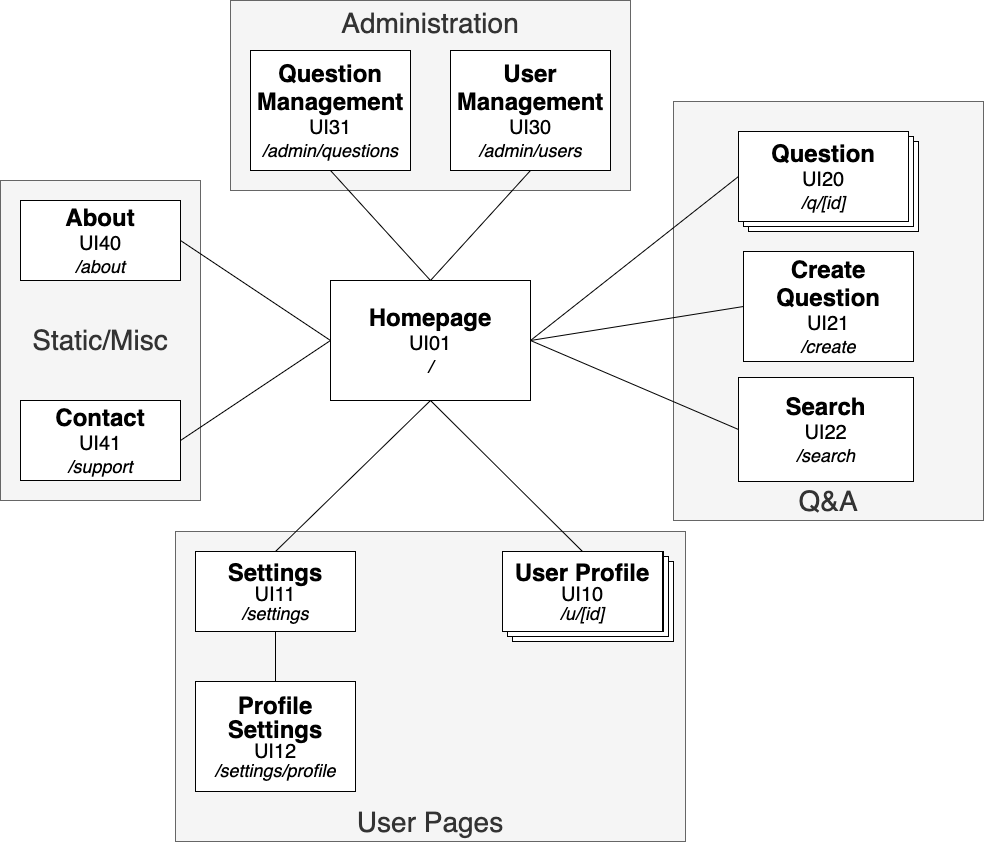
Before: img/sitemap.drawio.png, a diagram exported from draw.io (FabioMiguel2000/iNeedHelp). Source tidied: cells renumbered, new cells last; positions are measured from the earlier drawing's top-left corner, leaving out a move shared by most shapes.
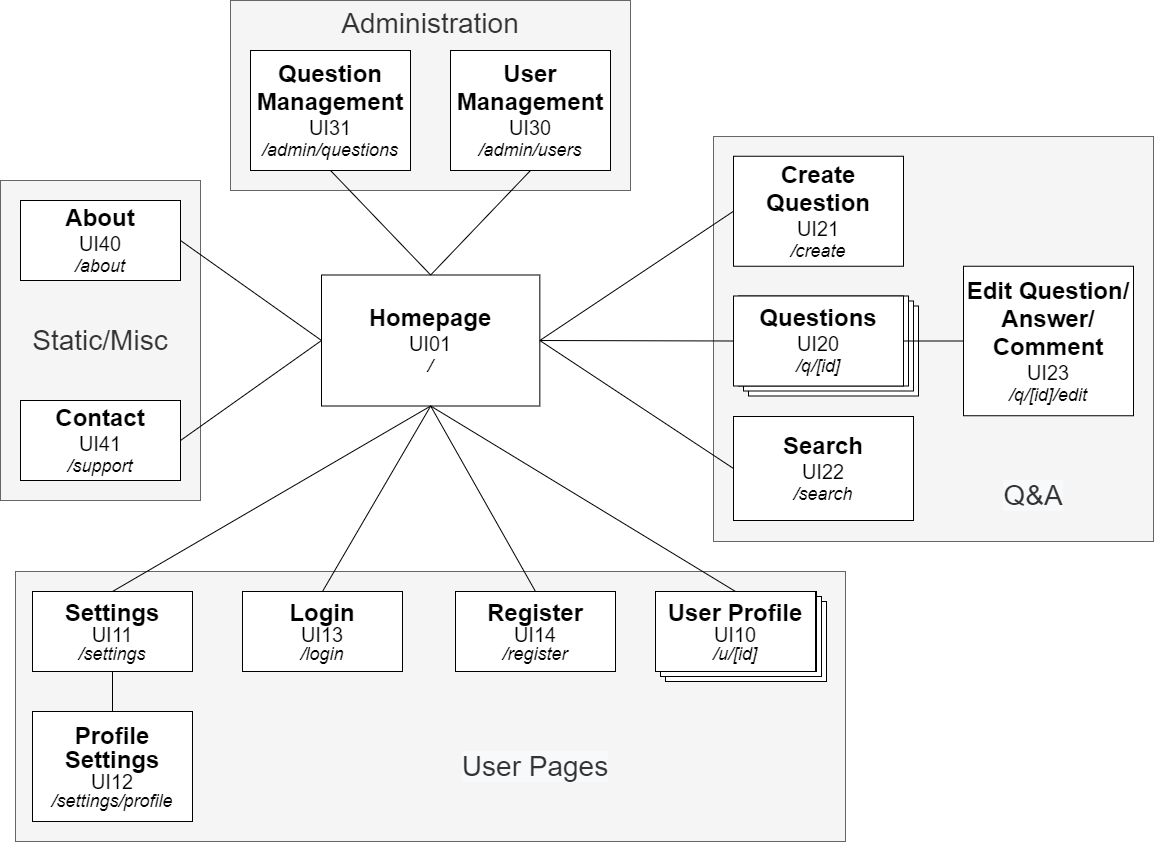
Later version of the same file.

The edit, as a diff of the source:
```diff
@@ -2,17 +2,17 @@
   <root>
     <mxCell id="0" />
     <mxCell id="1" parent="0" />
-    <mxCell id="2" value="&lt;font style=&quot;font-size: 28px&quot;&gt;Q&amp;amp;A&lt;/font&gt;" style="rounded=0;whiteSpace=wrap;html=1;fontColor=#333333;strokeColor=#666666;fillColor=#f5f5f5;verticalAlign=bottom;" parent="1" vertex="1">
-      <mxGeometry x="673" y="101" width="310" height="419" as="geometry" />
+    <mxCell id="2" style="rounded=0;whiteSpace=wrap;html=1;fontColor=#333333;strokeColor=#666666;fillColor=#f5f5f5;verticalAlign=bottom;align=right;" parent="1" vertex="1">
+      <mxGeometry x="713" y="136" width="440" height="405" as="geometry" />
     </mxCell>
-    <mxCell id="3" value="User Pages" style="rounded=0;whiteSpace=wrap;html=1;fontSize=28;fontColor=#333333;strokeColor=#666666;fillColor=#f5f5f5;verticalAlign=bottom;" parent="1" vertex="1">
-      <mxGeometry x="175" y="531" width="510" height="310" as="geometry" />
+    <mxCell id="3" style="rounded=0;whiteSpace=wrap;html=1;fontSize=28;fontColor=#333333;strokeColor=#666666;fillColor=#f5f5f5;verticalAlign=bottom;" parent="1" vertex="1">
+      <mxGeometry x="15" y="571" width="830" height="270" as="geometry" />
     </mxCell>
     <mxCell id="4" style="verticalLabelPosition=bottom;verticalAlign=top;html=1;shape=mxgraph.basic.layered_rect;dx=10;fontSize=16;strokeWidth=1;" parent="1" vertex="1">
-      <mxGeometry x="502" y="551" width="171" height="90" as="geometry" />
+      <mxGeometry x="655" y="591" width="171" height="90" as="geometry" />
     </mxCell>
     <mxCell id="5" style="verticalLabelPosition=bottom;verticalAlign=top;html=1;shape=mxgraph.basic.layered_rect;dx=10;fontSize=16;strokeWidth=1;" parent="1" vertex="1">
-      <mxGeometry x="738" y="131" width="180" height="100" as="geometry" />
+      <mxGeometry x="738" y="295.5" width="180" height="100" as="geometry" />
     </mxCell>
     <mxCell id="6" value="Administration" style="rounded=0;whiteSpace=wrap;html=1;fontSize=28;fontColor=#333333;strokeColor=#666666;fillColor=#f5f5f5;verticalAlign=top;" parent="1" vertex="1">
       <mxGeometry x="230" width="400" height="190" as="geometry" />
@@ -21,16 +21,16 @@
       <mxGeometry y="180" width="200" height="320" as="geometry" />
     </mxCell>
     <mxCell id="8" value="&lt;font&gt;&lt;b&gt;&lt;font style=&quot;font-size: 24px&quot;&gt;Homepage&lt;/font&gt;&lt;br&gt;&lt;/b&gt;&lt;/font&gt;&lt;font&gt;&lt;span style=&quot;font-size: 20px&quot;&gt;UI01&lt;/span&gt;&lt;br&gt;&lt;font style=&quot;font-size: 18px&quot;&gt;&lt;i&gt;/&lt;/i&gt;&lt;/font&gt;&lt;br&gt;&lt;/font&gt;" style="rounded=0;whiteSpace=wrap;html=1;fillColor=default;strokeColor=default;fontColor=default;spacing=2;" parent="1" vertex="1">
-      <mxGeometry x="330" y="280" width="200" height="120" as="geometry" />
+      <mxGeometry x="321" y="274.5" width="218.3" height="131" as="geometry" />
     </mxCell>
-    <mxCell id="9" value="&lt;font&gt;&lt;b&gt;&lt;span style=&quot;font-size: 24px&quot;&gt;Question&lt;/span&gt;&lt;br&gt;&lt;/b&gt;&lt;/font&gt;&lt;font&gt;&lt;span style=&quot;font-size: 20px&quot;&gt;UI20&lt;/span&gt;&lt;br&gt;&lt;font style=&quot;font-size: 18px&quot;&gt;&lt;i&gt;/q/[id]&lt;/i&gt;&lt;/font&gt;&lt;br&gt;&lt;/font&gt;" style="rounded=0;whiteSpace=wrap;html=1;fillColor=default;strokeColor=default;fontColor=default;shadow=0;spacing=2;" parent="1" vertex="1">
-      <mxGeometry x="738" y="131" width="170" height="90" as="geometry" />
+    <mxCell id="9" value="&lt;font&gt;&lt;b&gt;&lt;span style=&quot;font-size: 24px&quot;&gt;Questions&lt;/span&gt;&lt;br&gt;&lt;/b&gt;&lt;/font&gt;&lt;font&gt;&lt;span style=&quot;font-size: 20px&quot;&gt;UI20&lt;/span&gt;&lt;br&gt;&lt;font style=&quot;font-size: 18px&quot;&gt;&lt;i&gt;/q/[id]&lt;/i&gt;&lt;/font&gt;&lt;br&gt;&lt;/font&gt;" style="rounded=0;whiteSpace=wrap;html=1;fillColor=default;strokeColor=default;fontColor=default;shadow=0;spacing=2;" parent="1" vertex="1">
+      <mxGeometry x="733" y="295.5" width="170" height="90" as="geometry" />
     </mxCell>
     <mxCell id="10" style="endArrow=none;html=1;rounded=0;labelBackgroundColor=default;fontSize=18;fontColor=default;strokeColor=default;exitX=1;exitY=0.5;exitDx=0;exitDy=0;entryX=0;entryY=0.5;entryDx=0;entryDy=0;fillColor=default;spacing=2;" parent="1" edge="1" source="8" target="9">
       <mxGeometry relative="1" as="geometry" />
     </mxCell>
     <mxCell id="11" value="&lt;p style=&quot;line-height: 1&quot;&gt;&lt;font&gt;&lt;b&gt;&lt;font style=&quot;font-size: 24px&quot;&gt;User Profile&lt;/font&gt;&lt;br&gt;&lt;/b&gt;&lt;/font&gt;&lt;font&gt;&lt;span style=&quot;font-size: 20px&quot;&gt;UI10&lt;/span&gt;&lt;br&gt;&lt;font style=&quot;font-size: 18px&quot;&gt;&lt;i&gt;/u/[id]&lt;/i&gt;&lt;/font&gt;&lt;br&gt;&lt;/font&gt;&lt;/p&gt;" style="rounded=0;whiteSpace=wrap;html=1;fillColor=default;strokeColor=default;fontColor=default;spacing=2;" parent="1" vertex="1">
-      <mxGeometry x="502" y="551" width="160" height="80" as="geometry" />
+      <mxGeometry x="655" y="591" width="160" height="80" as="geometry" />
     </mxCell>
     <mxCell id="12" style="endArrow=none;html=1;rounded=0;labelBackgroundColor=default;fontSize=18;fontColor=default;strokeColor=default;fillColor=default;entryX=0.5;entryY=1;entryDx=0;entryDy=0;exitX=0.5;exitY=0;exitDx=0;exitDy=0;spacing=2;" parent="1" edge="1" source="11" target="8">
       <mxGeometry relative="1" as="geometry" />
@@ -42,7 +42,7 @@
       <mxGeometry relative="1" as="geometry" />
     </mxCell>
     <mxCell id="15" value="&lt;font&gt;&lt;b&gt;&lt;span style=&quot;font-size: 24px&quot;&gt;Search&lt;/span&gt;&lt;br&gt;&lt;/b&gt;&lt;/font&gt;&lt;font&gt;&lt;span style=&quot;font-size: 20px&quot;&gt;UI22&lt;/span&gt;&lt;br&gt;&lt;font style=&quot;font-size: 18px&quot;&gt;&lt;i&gt;/search&lt;/i&gt;&lt;/font&gt;&lt;br&gt;&lt;/font&gt;" style="rounded=0;whiteSpace=wrap;html=1;fillColor=default;strokeColor=default;fontColor=default;spacing=2;" parent="1" vertex="1">
-      <mxGeometry x="738" y="377" width="175" height="104" as="geometry" />
+      <mxGeometry x="733" y="416" width="180" height="104" as="geometry" />
     </mxCell>
     <mxCell id="16" style="endArrow=none;html=1;rounded=0;labelBackgroundColor=default;fontColor=default;strokeColor=default;fillColor=default;exitX=0;exitY=0.5;exitDx=0;exitDy=0;entryX=1;entryY=0.5;entryDx=0;entryDy=0;" parent="1" edge="1" source="15" target="8">
       <mxGeometry relative="1" as="geometry" />
@@ -60,7 +60,7 @@
       <mxGeometry relative="1" as="geometry" />
     </mxCell>
     <mxCell id="21" value="&lt;p style=&quot;line-height: 1&quot;&gt;&lt;font&gt;&lt;b&gt;&lt;font style=&quot;font-size: 24px&quot;&gt;Settings&lt;/font&gt;&lt;br&gt;&lt;/b&gt;&lt;/font&gt;&lt;font&gt;&lt;span style=&quot;font-size: 20px&quot;&gt;UI11&lt;/span&gt;&lt;br&gt;&lt;font style=&quot;font-size: 18px&quot;&gt;&lt;i&gt;/settings&lt;/i&gt;&lt;/font&gt;&lt;br&gt;&lt;/font&gt;&lt;/p&gt;" style="rounded=0;whiteSpace=wrap;html=1;fillColor=default;strokeColor=default;fontColor=default;spacing=2;" parent="1" vertex="1">
-      <mxGeometry x="195" y="551" width="160" height="80" as="geometry" />
+      <mxGeometry x="32" y="591" width="160" height="80" as="geometry" />
     </mxCell>
     <mxCell id="22" style="endArrow=none;html=1;rounded=0;labelBackgroundColor=default;fontColor=default;strokeColor=default;fillColor=default;exitX=0.5;exitY=1;exitDx=0;exitDy=0;entryX=0.5;entryY=0;entryDx=0;entryDy=0;" parent="1" edge="1" source="8" target="21">
       <mxGeometry relative="1" as="geometry" />
@@ -72,16 +72,40 @@
       <mxGeometry relative="1" as="geometry" />
     </mxCell>
     <mxCell id="25" value="&lt;p style=&quot;line-height: 1&quot;&gt;&lt;font&gt;&lt;b&gt;&lt;font style=&quot;font-size: 24px&quot;&gt;Profile Settings&lt;/font&gt;&lt;br&gt;&lt;/b&gt;&lt;/font&gt;&lt;font&gt;&lt;span style=&quot;font-size: 20px&quot;&gt;UI12&lt;/span&gt;&lt;br&gt;&lt;font style=&quot;font-size: 18px&quot;&gt;&lt;i&gt;/settings/profile&lt;/i&gt;&lt;/font&gt;&lt;br&gt;&lt;/font&gt;&lt;/p&gt;" style="rounded=0;whiteSpace=wrap;html=1;fillColor=default;strokeColor=default;fontColor=default;spacing=2;" parent="1" vertex="1">
-      <mxGeometry x="195" y="681" width="160" height="110" as="geometry" />
+      <mxGeometry x="32" y="711" width="160" height="110" as="geometry" />
     </mxCell>
     <mxCell id="26" style="endArrow=none;html=1;rounded=0;entryX=0.5;entryY=1;entryDx=0;entryDy=0;exitX=0.5;exitY=0;exitDx=0;exitDy=0;" parent="1" edge="1" source="25" target="21">
       <mxGeometry relative="1" as="geometry" />
     </mxCell>
     <mxCell id="27" value="&lt;font&gt;&lt;b&gt;&lt;span style=&quot;font-size: 24px&quot;&gt;Create Question&lt;/span&gt;&lt;br&gt;&lt;/b&gt;&lt;/font&gt;&lt;font&gt;&lt;span style=&quot;font-size: 20px&quot;&gt;UI21&lt;/span&gt;&lt;br&gt;&lt;font style=&quot;font-size: 18px&quot;&gt;&lt;i&gt;/create&lt;/i&gt;&lt;/font&gt;&lt;br&gt;&lt;/font&gt;" style="rounded=0;whiteSpace=wrap;html=1;fillColor=default;strokeColor=default;fontColor=default;spacing=2;" parent="1" vertex="1">
-      <mxGeometry x="743" y="251" width="170" height="110" as="geometry" />
+      <mxGeometry x="733" y="155.8" width="170" height="110" as="geometry" />
     </mxCell>
     <mxCell id="28" style="endArrow=none;html=1;rounded=0;entryX=1;entryY=0.5;entryDx=0;entryDy=0;exitX=0;exitY=0.5;exitDx=0;exitDy=0;" parent="1" edge="1" source="27" target="8">
       <mxGeometry relative="1" as="geometry" />
     </mxCell>
+    <mxCell id="29" value="&lt;p style=&quot;line-height: 1&quot;&gt;&lt;font&gt;&lt;b&gt;&lt;font style=&quot;font-size: 24px&quot;&gt;Login&lt;/font&gt;&lt;br&gt;&lt;/b&gt;&lt;/font&gt;&lt;font&gt;&lt;span style=&quot;font-size: 20px&quot;&gt;UI13&lt;/span&gt;&lt;br&gt;&lt;font style=&quot;font-size: 18px&quot;&gt;&lt;i&gt;/login&lt;/i&gt;&lt;/font&gt;&lt;br&gt;&lt;/font&gt;&lt;/p&gt;" style="rounded=0;whiteSpace=wrap;html=1;fillColor=default;strokeColor=default;fontColor=default;spacing=2;" parent="1" vertex="1">
+      <mxGeometry x="242" y="591" width="160" height="80" as="geometry" />
+    </mxCell>
+    <mxCell id="30" value="&lt;p style=&quot;line-height: 1&quot;&gt;&lt;font&gt;&lt;b&gt;&lt;font style=&quot;font-size: 24px&quot;&gt;Register&lt;/font&gt;&lt;br&gt;&lt;/b&gt;&lt;/font&gt;&lt;font&gt;&lt;span style=&quot;font-size: 20px&quot;&gt;UI14&lt;/span&gt;&lt;br&gt;&lt;font style=&quot;font-size: 18px&quot;&gt;&lt;i&gt;/register&lt;/i&gt;&lt;/font&gt;&lt;br&gt;&lt;/font&gt;&lt;/p&gt;" style="rounded=0;whiteSpace=wrap;html=1;fillColor=default;strokeColor=default;fontColor=default;spacing=2;" parent="1" vertex="1">
+      <mxGeometry x="455" y="591" width="160" height="80" as="geometry" />
+    </mxCell>
+    <mxCell id="31" style="endArrow=none;html=1;rounded=0;entryX=0.5;entryY=0;entryDx=0;entryDy=0;exitX=0.5;exitY=1;exitDx=0;exitDy=0;" parent="1" edge="1" source="8" target="30">
+      <mxGeometry relative="1" as="geometry" />
+    </mxCell>
+    <mxCell id="32" style="endArrow=none;html=1;rounded=0;entryX=0.5;entryY=1;entryDx=0;entryDy=0;exitX=0.5;exitY=0;exitDx=0;exitDy=0;" parent="1" edge="1" source="29" target="8">
+      <mxGeometry relative="1" as="geometry" />
+    </mxCell>
+    <mxCell id="33" style="endArrow=none;html=1;rounded=0;exitX=1;exitY=0.5;exitDx=0;exitDy=0;entryX=0;entryY=0.5;entryDx=0;entryDy=0;" parent="1" edge="1" source="9" target="34">
+      <mxGeometry relative="1" as="geometry" />
+    </mxCell>
+    <mxCell id="34" value="&lt;font&gt;&lt;b&gt;&lt;span style=&quot;font-size: 24px&quot;&gt;Edit Question/&lt;br&gt;Answer/&lt;br&gt;Comment&lt;/span&gt;&lt;br&gt;&lt;/b&gt;&lt;/font&gt;&lt;font&gt;&lt;span style=&quot;font-size: 20px&quot;&gt;UI23&lt;/span&gt;&lt;br&gt;&lt;font style=&quot;font-size: 18px&quot;&gt;&lt;i&gt;/q/[id]/edit&lt;/i&gt;&lt;/font&gt;&lt;br&gt;&lt;/font&gt;" style="rounded=0;whiteSpace=wrap;html=1;fillColor=default;strokeColor=default;fontColor=default;shadow=0;spacing=2;" parent="1" vertex="1">
+      <mxGeometry x="963" y="265.8" width="170" height="149.5" as="geometry" />
+    </mxCell>
+    <mxCell id="35" value="&#10;&#10;&lt;span style=&quot;color: rgb(51, 51, 51); font-family: helvetica; font-size: 28px; font-style: normal; font-weight: 400; letter-spacing: normal; text-align: right; text-indent: 0px; text-transform: none; word-spacing: 0px; background-color: rgb(248, 249, 250); display: inline; float: none;&quot;&gt;Q&amp;amp;A&lt;/span&gt;&#10;&#10;" style="text;html=1;strokeColor=none;fillColor=none;align=center;verticalAlign=middle;whiteSpace=wrap;rounded=0;" parent="1" vertex="1">
+      <mxGeometry x="1003" y="480" width="60" height="30" as="geometry" />
+    </mxCell>
+    <mxCell id="36" value="&#10;&#10;&lt;span style=&quot;color: rgb(51, 51, 51); font-family: helvetica; font-size: 28px; font-style: normal; font-weight: 400; letter-spacing: normal; text-align: center; text-indent: 0px; text-transform: none; word-spacing: 0px; background-color: rgb(248, 249, 250); display: inline; float: none;&quot;&gt;User Pages&lt;/span&gt;&#10;&#10;" style="text;html=1;strokeColor=none;fillColor=none;align=center;verticalAlign=middle;whiteSpace=wrap;rounded=0;" parent="1" vertex="1">
+      <mxGeometry x="456" y="751" width="158" height="30" as="geometry" />
+    </mxCell>
   </root>
 </mxGraphModel>
```
